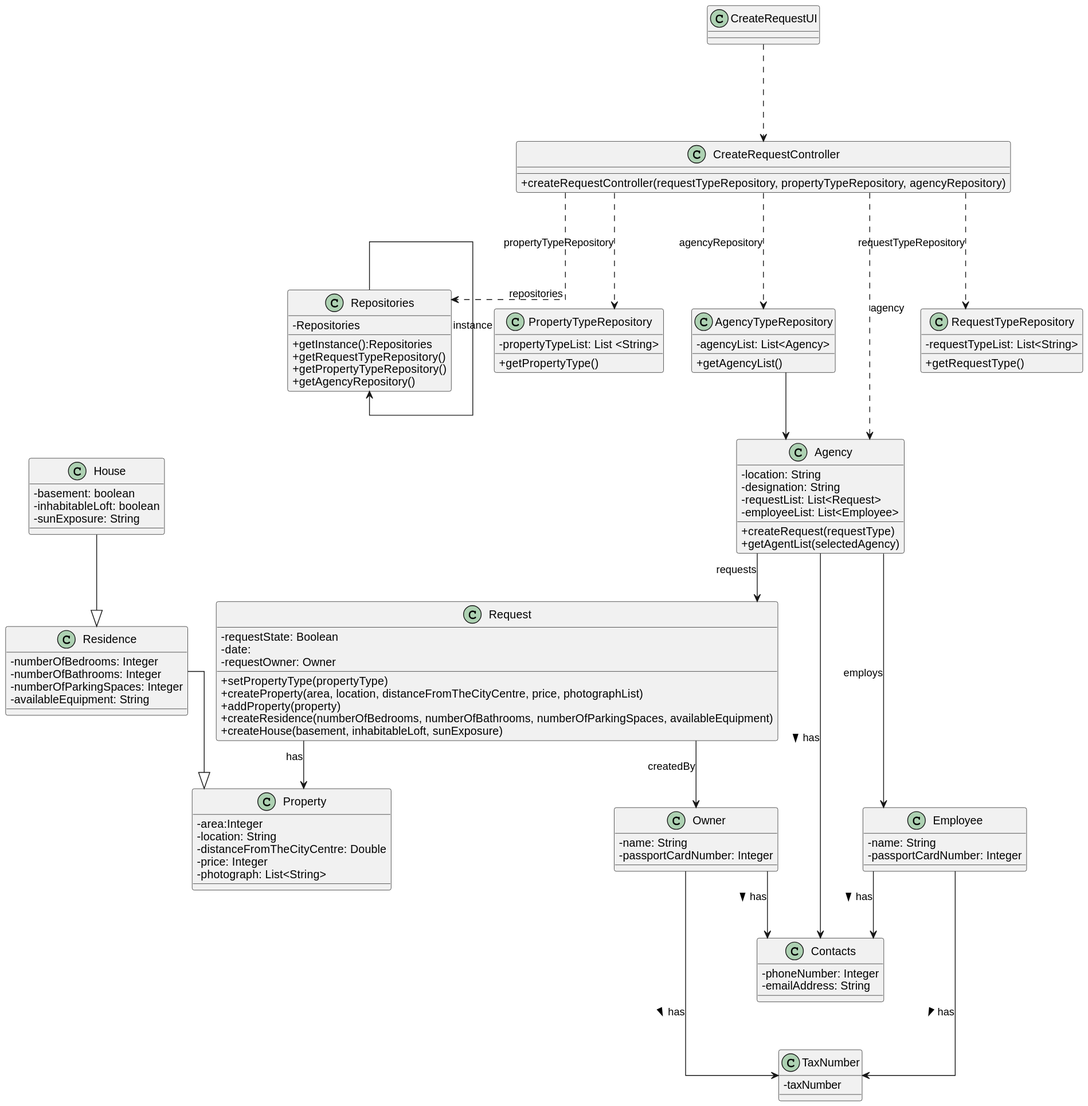
This is docs/sprintB/us004/03.design/svg/us004-class-diagram.svg from 1220812/LAPR2, a PlantUML export, as it was before one commit. Source of this version:
```plantuml
@startuml
skinparam classAttributeIconSize 0
skinparam linetype ortho

class CreateRequestUI{
}

class CreateRequestController{
+ createRequestController(requestTypeRepository, propertyTypeRepository, agencyRepository)
}

class Repositories{
- Repositories
+ getInstance():Repositories
+ getRequestTypeRepository()
+ getPropertyTypeRepository()
+ getAgencyRepository()
}

class PropertyTypeRepository{
- propertyTypeList: List <String>
+ getPropertyType()
}

class AgencyTypeRepository{
- agencyList: List<Agency>
+ getAgencyList()
}

class Agency{
- location: String
- designation: String
- requestList: List<Request>
- employeeList: List<Employee>
+ createRequest(requestType)
+ getAgentList(selectedAgency)
}

class RequestTypeRepository{
- requestTypeList: List<String>
+ getRequestType()
}

class Request{
- requestState: Boolean
- date:
- requestOwner: Owner
+ setPropertyType(propertyType)
+ createProperty(area, location, distanceFromTheCityCentre, price, photographList)
+ addProperty(property)
+ createResidence(numberOfBedrooms, numberOfBathrooms, numberOfParkingSpaces, availableEquipment)
+ createHouse(basement, inhabitableLoft, sunExposure)
}

class Property{
- area:Integer
- location: String
- distanceFromTheCityCentre: Double
- price: Integer
- photograph: List<String>
}

class Owner{
- name: String
- passportCardNumber: Integer
}

class Residence{
- numberOfBedrooms: Integer
- numberOfBathrooms: Integer
- numberOfParkingSpaces: Integer
- availableEquipment: String
}

class House{
- basement: boolean
- inhabitableLoft: boolean
- sunExposure: String
}

class Contacts{
- phoneNumber: Integer
- emailAddress: String
}

class Employee{
- name: String
- passportCardNumber: Integer
}

class TaxNumber{
- taxNumber
}

CreateRequestUI -.-> CreateRequestController

CreateRequestController -.-> Repositories : repositories
CreateRequestController -.-> Agency : agency
CreateRequestController -.-> RequestTypeRepository : requestTypeRepository
CreateRequestController -.-> AgencyTypeRepository : agencyRepository
CreateRequestController -.-> PropertyTypeRepository : propertyTypeRepository

Agency --> Request : requests
Agency --> Employee : employs
AgencyTypeRepository --> Agency
Request --> Property : has
Request --> Owner : createdBy

House --|> Residence

Residence --|> Property

Agency --> Contacts : has >
Employee --> Contacts : has >
Owner --> Contacts : has >

Owner ---> TaxNumber : has >
Employee --> TaxNumber : has >

Repositories -> Repositories : instance
@enduml
```
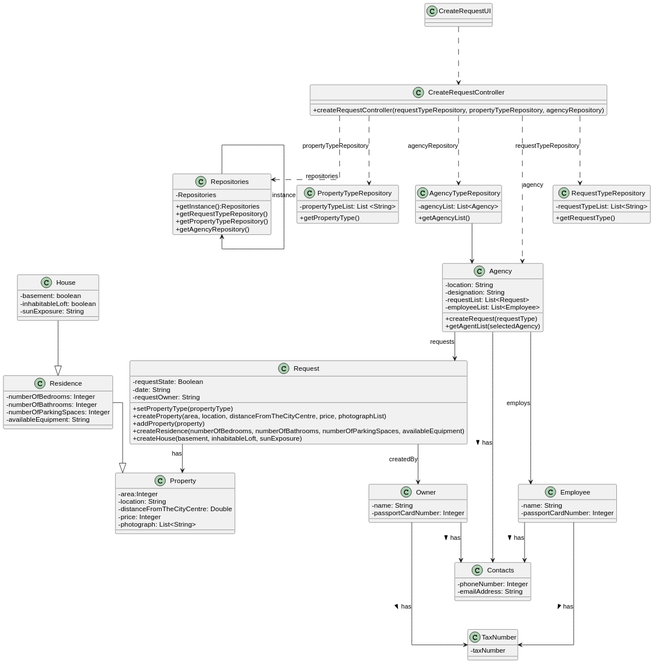
Later version of the same file.

Commit message:
Some fixes in the class diagram- US 004

Change to the diagram source:
```diff
@@ -43,8 +43,8 @@
 
 class Request{
 - requestState: Boolean
-- date:
-- requestOwner: Owner
+- date: String
+- requestOwner: String
 + setPropertyType(propertyType)
 + createProperty(area, location, distanceFromTheCityCentre, price, photographList)
 + addProperty(property)
```
